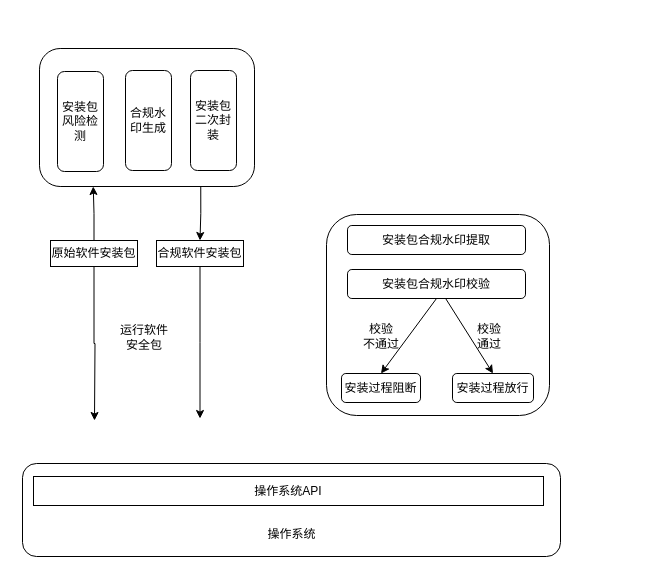
Earlier version of the draw.io diagram page "第 12 页" (12 of 12) of drawio/dns.drawio (raingnight/Blog_Pic). Source tidied: cells renumbered, new cells numbered last; positions are measured from the earlier drawing's top-left corner, leaving out a move shared by most shapes. Both pictures are drawn from the tidied source at 100%, with x=0, y=0 at pixel (22, 48).
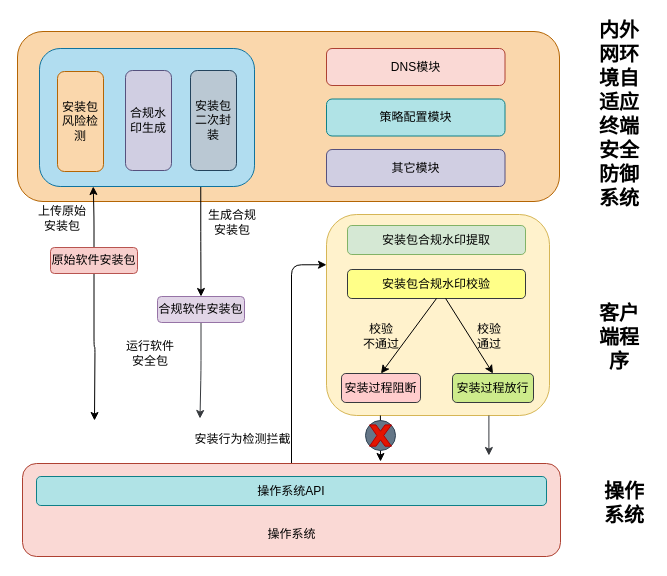
The same diagram, later.

The edit, as a diff of the source:
```diff
@@
+    <mxCell id="25" style="rounded=1;whiteSpace=wrap;html=1;fillColor=#fad7ac;strokeColor=#b46504;" parent="1" vertex="1">
+      <mxGeometry x="-5" y="-17" width="542" height="170" as="geometry" />
+    </mxCell>
-    <mxCell id="2" style="edgeStyle=orthogonalEdgeStyle;rounded=0;jettySize=auto;html=1;exitX=0.75;exitY=1;exitDx=0;exitDy=0;entryX=0.5;entryY=0;entryDx=0;entryDy=0;" parent="1" edge="1" source="3" target="9">
+    <mxCell id="2" style="edgeStyle=orthogonalEdgeStyle;rounded=1;jettySize=auto;html=1;exitX=0.75;exitY=1;exitDx=0;exitDy=0;entryX=0.5;entryY=0;entryDx=0;entryDy=0;" parent="1" edge="1" source="3" target="9">
       <mxGeometry relative="1" as="geometry" />
     </mxCell>
-    <mxCell id="3" style="rounded=1;whiteSpace=wrap;html=1;" parent="1" vertex="1">
+    <mxCell id="3" style="rounded=1;whiteSpace=wrap;html=1;fillColor=#b1ddf0;strokeColor=#10739e;" parent="1" vertex="1">
       <mxGeometry x="17" width="215" height="138" as="geometry" />
     </mxCell>
-    <mxCell id="4" style="rounded=1;whiteSpace=wrap;html=1;" parent="1" vertex="1">
+    <mxCell id="4" style="rounded=1;whiteSpace=wrap;html=1;fillColor=#fff2cc;strokeColor=#d6b656;" parent="1" vertex="1">
       <mxGeometry x="304" y="166" width="223" height="201" as="geometry" />
     </mxCell>
-    <mxCell id="5" style="edgeStyle=orthogonalEdgeStyle;rounded=0;jettySize=auto;html=1;exitX=0.5;exitY=0;exitDx=0;exitDy=0;entryX=0.25;entryY=1;entryDx=0;entryDy=0;" parent="1" edge="1" source="7" target="3">
+    <mxCell id="5" style="edgeStyle=orthogonalEdgeStyle;rounded=1;jettySize=auto;html=1;exitX=0.5;exitY=0;exitDx=0;exitDy=0;entryX=0.25;entryY=1;entryDx=0;entryDy=0;" parent="1" edge="1" source="7" target="3">
       <mxGeometry relative="1" as="geometry" />
     </mxCell>
-    <mxCell id="6" style="edgeStyle=orthogonalEdgeStyle;rounded=0;jettySize=auto;html=1;exitX=0.5;exitY=1;exitDx=0;exitDy=0;" parent="1" edge="1" source="7">
+    <mxCell id="6" style="edgeStyle=orthogonalEdgeStyle;rounded=1;jettySize=auto;html=1;exitX=0.5;exitY=1;exitDx=0;exitDy=0;" parent="1" edge="1" source="7">
       <mxGeometry relative="1" as="geometry">
         <mxPoint x="72" y="372" as="targetPoint" />
       </mxGeometry>
     </mxCell>
-    <mxCell id="7" value="原始软件安装包" style="rounded=0;whiteSpace=wrap;html=1;" parent="1" vertex="1">
-      <mxGeometry x="28" y="192" width="87" height="26" as="geometry" />
+    <mxCell id="7" value="原始软件安装包" style="rounded=1;whiteSpace=wrap;html=1;fillColor=#f8cecc;strokeColor=#b85450;" parent="1" vertex="1">
+      <mxGeometry x="28" y="199" width="87" height="26" as="geometry" />
     </mxCell>
-    <mxCell id="8" style="edgeStyle=orthogonalEdgeStyle;rounded=0;jettySize=auto;html=1;exitX=0.5;exitY=1;exitDx=0;exitDy=0;" parent="1" edge="1" source="9">
+    <mxCell id="8" style="edgeStyle=orthogonalEdgeStyle;rounded=1;jettySize=auto;html=1;exitX=0.5;exitY=1;exitDx=0;exitDy=0;fillColor=#cdeb8b;strokeColor=#36393d;" parent="1" edge="1" source="9">
       <mxGeometry relative="1" as="geometry">
         <mxPoint x="177.5" y="370" as="targetPoint" />
       </mxGeometry>
     </mxCell>
-    <mxCell id="9" value="合规软件安装包" style="rounded=0;whiteSpace=wrap;html=1;" parent="1" vertex="1">
-      <mxGeometry x="134" y="192" width="87" height="26" as="geometry" />
+    <mxCell id="9" value="合规软件安装包" style="rounded=1;whiteSpace=wrap;html=1;fillColor=#e1d5e7;strokeColor=#9673a6;" parent="1" vertex="1">
+      <mxGeometry x="135" y="248" width="87" height="26" as="geometry" />
     </mxCell>
-    <mxCell id="10" value="安装包风险检测" style="rounded=1;whiteSpace=wrap;html=1;" parent="1" vertex="1">
+    <mxCell id="10" value="安装包风险检测" style="rounded=1;whiteSpace=wrap;html=1;fillColor=#fad7ac;strokeColor=#b46504;" parent="1" vertex="1">
       <mxGeometry x="35" y="23" width="46" height="100" as="geometry" />
     </mxCell>
-    <mxCell id="11" value="合规水印生成" style="rounded=1;whiteSpace=wrap;html=1;" parent="1" vertex="1">
+    <mxCell id="11" value="合规水印生成" style="rounded=1;whiteSpace=wrap;html=1;fillColor=#d0cee2;strokeColor=#56517e;" parent="1" vertex="1">
       <mxGeometry x="103" y="22" width="46" height="100" as="geometry" />
     </mxCell>
-    <mxCell id="12" value="安装包二次封装" style="rounded=1;whiteSpace=wrap;html=1;" parent="1" vertex="1">
+    <mxCell id="12" value="安装包二次封装" style="rounded=1;whiteSpace=wrap;html=1;fillColor=#bac8d3;strokeColor=#23445d;" parent="1" vertex="1">
       <mxGeometry x="168" y="22" width="46" height="100" as="geometry" />
     </mxCell>
+    <mxCell id="26" style="edgeStyle=orthogonalEdgeStyle;rounded=1;jettySize=auto;html=1;exitX=0.5;exitY=0;exitDx=0;exitDy=0;entryX=0;entryY=0.25;entryDx=0;entryDy=0;" parent="1" edge="1" source="13" target="4">
+      <mxGeometry relative="1" as="geometry" />
+    </mxCell>
-    <mxCell id="13" style="rounded=1;whiteSpace=wrap;html=1;" parent="1" vertex="1">
+    <mxCell id="13" style="rounded=1;whiteSpace=wrap;html=1;fillColor=#fad9d5;strokeColor=#ae4132;" parent="1" vertex="1">
       <mxGeometry y="415" width="538" height="93" as="geometry" />
     </mxCell>
-    <mxCell id="14" value="安装包合规水印提取" style="rounded=1;whiteSpace=wrap;html=1;" parent="1" vertex="1">
+    <mxCell id="14" value="安装包合规水印提取" style="rounded=1;whiteSpace=wrap;html=1;fillColor=#d5e8d4;strokeColor=#82b366;" parent="1" vertex="1">
       <mxGeometry x="325" y="177" width="178" height="29" as="geometry" />
     </mxCell>
-    <mxCell id="15" value="安装包合规水印校验" style="rounded=1;whiteSpace=wrap;html=1;" parent="1" vertex="1">
+    <mxCell id="15" value="安装包合规水印校验" style="rounded=1;whiteSpace=wrap;html=1;fillColor=#ffff88;strokeColor=#36393d;" parent="1" vertex="1">
       <mxGeometry x="325" y="221" width="178" height="29" as="geometry" />
     </mxCell>
-    <mxCell id="16" style="rounded=0;jettySize=auto;html=1;exitX=0.5;exitY=1;exitDx=0;exitDy=0;entryX=0.5;entryY=0;entryDx=0;entryDy=0;startArrow=none;startFill=0;endArrow=classic;endFill=1;" parent="1" edge="1" source="15" target="17">
+    <mxCell id="16" style="rounded=1;jettySize=auto;html=1;exitX=0.5;exitY=1;exitDx=0;exitDy=0;entryX=0.5;entryY=0;entryDx=0;entryDy=0;startArrow=none;startFill=0;endArrow=classic;endFill=1;" parent="1" edge="1" source="15" target="17">
       <mxGeometry relative="1" as="geometry" />
     </mxCell>
-    <mxCell id="17" value="安装过程阻断" style="rounded=1;whiteSpace=wrap;html=1;" parent="1" vertex="1">
+    <mxCell id="17" value="安装过程阻断" style="rounded=1;whiteSpace=wrap;html=1;fillColor=#ffcccc;strokeColor=#36393d;" parent="1" vertex="1">
       <mxGeometry x="319" y="325" width="79" height="29" as="geometry" />
     </mxCell>
-    <mxCell id="18" style="rounded=0;jettySize=auto;html=1;startArrow=none;startFill=0;endArrow=classic;endFill=1;entryX=0.5;entryY=0;entryDx=0;entryDy=0;" parent="1" edge="1" source="15" target="19">
+    <mxCell id="18" style="rounded=1;jettySize=auto;html=1;startArrow=none;startFill=0;endArrow=classic;endFill=1;entryX=0.5;entryY=0;entryDx=0;entryDy=0;" parent="1" edge="1" source="15" target="19">
       <mxGeometry relative="1" as="geometry" />
     </mxCell>
-    <mxCell id="19" value="安装过程放行" style="rounded=1;whiteSpace=wrap;html=1;" parent="1" vertex="1">
+    <mxCell id="19" value="安装过程放行" style="rounded=1;whiteSpace=wrap;html=1;fillColor=#cdeb8b;strokeColor=#36393d;" parent="1" vertex="1">
       <mxGeometry x="430" y="325" width="81" height="29" as="geometry" />
     </mxCell>
-    <mxCell id="20" value="校验&lt;br&gt;不通过" style="text;html=1;strokeColor=none;fillColor=none;align=center;verticalAlign=middle;whiteSpace=wrap;rounded=0;" parent="1" vertex="1">
+    <mxCell id="20" value="校验&lt;br&gt;不通过" style="text;html=1;strokeColor=none;fillColor=none;align=center;verticalAlign=middle;whiteSpace=wrap;rounded=1;" parent="1" vertex="1">
       <mxGeometry x="328.5" y="273" width="60" height="30" as="geometry" />
     </mxCell>
-    <mxCell id="21" value="校验&lt;br&gt;通过" style="text;html=1;strokeColor=none;fillColor=none;align=center;verticalAlign=middle;whiteSpace=wrap;rounded=0;" parent="1" vertex="1">
+    <mxCell id="21" value="校验&lt;br&gt;通过" style="text;html=1;strokeColor=none;fillColor=none;align=center;verticalAlign=middle;whiteSpace=wrap;rounded=1;" parent="1" vertex="1">
       <mxGeometry x="437" y="273" width="60" height="30" as="geometry" />
     </mxCell>
-    <mxCell id="22" value="运行软件&lt;br&gt;安全包" style="text;html=1;strokeColor=none;fillColor=none;align=center;verticalAlign=middle;whiteSpace=wrap;rounded=0;" parent="1" vertex="1">
-      <mxGeometry x="92" y="274" width="60" height="30" as="geometry" />
+    <mxCell id="22" value="运行软件&lt;br&gt;安全包" style="text;html=1;strokeColor=none;fillColor=none;align=center;verticalAlign=middle;whiteSpace=wrap;rounded=1;" parent="1" vertex="1">
+      <mxGeometry x="98" y="290" width="60" height="30" as="geometry" />
     </mxCell>
-    <mxCell id="23" value="操作系统API" style="rounded=0;whiteSpace=wrap;html=1;" parent="1" vertex="1">
-      <mxGeometry x="11" y="428" width="510" height="29" as="geometry" />
+    <mxCell id="23" value="操作系统API" style="rounded=1;whiteSpace=wrap;html=1;fillColor=#b0e3e6;strokeColor=#0e8088;" parent="1" vertex="1">
+      <mxGeometry x="14" y="428" width="510" height="29" as="geometry" />
     </mxCell>
-    <mxCell id="24" value="操作系统" style="text;html=1;strokeColor=none;fillColor=none;align=center;verticalAlign=middle;whiteSpace=wrap;rounded=0;" parent="1" vertex="1">
+    <mxCell id="24" value="操作系统" style="text;html=1;strokeColor=none;fillColor=none;align=center;verticalAlign=middle;whiteSpace=wrap;rounded=1;" parent="1" vertex="1">
       <mxGeometry x="220" y="471" width="99" height="30" as="geometry" />
     </mxCell>
+    <mxCell id="27" value="上传原始安装包" style="text;html=1;strokeColor=none;fillColor=none;align=center;verticalAlign=middle;whiteSpace=wrap;rounded=1;" parent="1" vertex="1">
+      <mxGeometry x="10" y="155" width="60" height="30" as="geometry" />
+    </mxCell>
+    <mxCell id="28" value="生成合规安装包" style="text;html=1;strokeColor=none;fillColor=none;align=center;verticalAlign=middle;whiteSpace=wrap;rounded=1;" parent="1" vertex="1">
+      <mxGeometry x="180" y="159" width="60" height="30" as="geometry" />
+    </mxCell>
+    <mxCell id="29" value="安装行为检测拦截" style="text;html=1;strokeColor=none;fillColor=none;align=center;verticalAlign=middle;whiteSpace=wrap;rounded=1;" parent="1" vertex="1">
+      <mxGeometry x="149" y="376.4" width="143" height="30" as="geometry" />
+    </mxCell>
+    <mxCell id="30" style="endArrow=classic;html=1;rounded=1;fillColor=#cdeb8b;strokeColor=#36393d;" parent="1" edge="1">
+      <mxGeometry relative="1" as="geometry">
+        <mxPoint x="466.4" y="367" as="sourcePoint" />
+        <mxPoint x="466.4" y="407" as="targetPoint" />
+      </mxGeometry>
+    </mxCell>
+    <mxCell id="31" style="endArrow=classic;html=1;rounded=1;" parent="1" edge="1">
+      <mxGeometry relative="1" as="geometry">
+        <mxPoint x="357.9" y="367" as="sourcePoint" />
+        <mxPoint x="358" y="413" as="targetPoint" />
+      </mxGeometry>
+    </mxCell>
+    <mxCell id="32" style="ellipse;whiteSpace=wrap;html=1;fillColor=#647687;fontColor=#ffffff;strokeColor=#314354;rounded=1;" parent="1" vertex="1">
+      <mxGeometry x="343" y="372" width="30" height="30" as="geometry" />
+    </mxCell>
+    <mxCell id="33" style="verticalLabelPosition=bottom;verticalAlign=top;html=1;shape=mxgraph.basic.x;fillColor=#e51400;fontColor=#ffffff;strokeColor=#B20000;rounded=1;" parent="1" vertex="1">
+      <mxGeometry x="347.1" y="376.4" width="21.8" height="21.3" as="geometry" />
+    </mxCell>
+    <mxCell id="34" value="DNS模块" style="rounded=1;whiteSpace=wrap;html=1;fillColor=#fad9d5;strokeColor=#ae4132;" parent="1" vertex="1">
+      <mxGeometry x="304" width="178.5" height="37" as="geometry" />
+    </mxCell>
+    <mxCell id="35" value="策略配置模块" style="rounded=1;whiteSpace=wrap;html=1;fillColor=#b0e3e6;strokeColor=#0e8088;" parent="1" vertex="1">
+      <mxGeometry x="304" y="50.5" width="178.5" height="37" as="geometry" />
+    </mxCell>
+    <mxCell id="36" value="其它模块" style="rounded=1;whiteSpace=wrap;html=1;fillColor=#d0cee2;strokeColor=#56517e;" parent="1" vertex="1">
+      <mxGeometry x="304" y="101" width="178.5" height="37" as="geometry" />
+    </mxCell>
+    <mxCell id="37" value="&lt;b&gt;&lt;font style=&quot;font-size: 20px;&quot;&gt;内外网环境自适应终端安全防御系统&lt;/font&gt;&lt;/b&gt;" style="text;html=1;strokeColor=none;fillColor=none;align=center;verticalAlign=middle;whiteSpace=wrap;rounded=0;" parent="1" vertex="1">
+      <mxGeometry x="567" y="50" width="60" height="30" as="geometry" />
+    </mxCell>
+    <mxCell id="38" value="客户端程序" style="text;html=1;strokeColor=none;fillColor=none;align=center;verticalAlign=middle;whiteSpace=wrap;rounded=0;fontStyle=1;fontSize=20;" parent="1" vertex="1">
+      <mxGeometry x="572" y="231.5" width="50" height="113" as="geometry" />
+    </mxCell>
+    <mxCell id="39" value="操作系统" style="text;html=1;strokeColor=none;fillColor=none;align=center;verticalAlign=middle;whiteSpace=wrap;rounded=0;fontStyle=1;fontSize=20;" parent="1" vertex="1">
+      <mxGeometry x="577" y="397.6" width="50" height="113" as="geometry" />
+    </mxCell>
```
